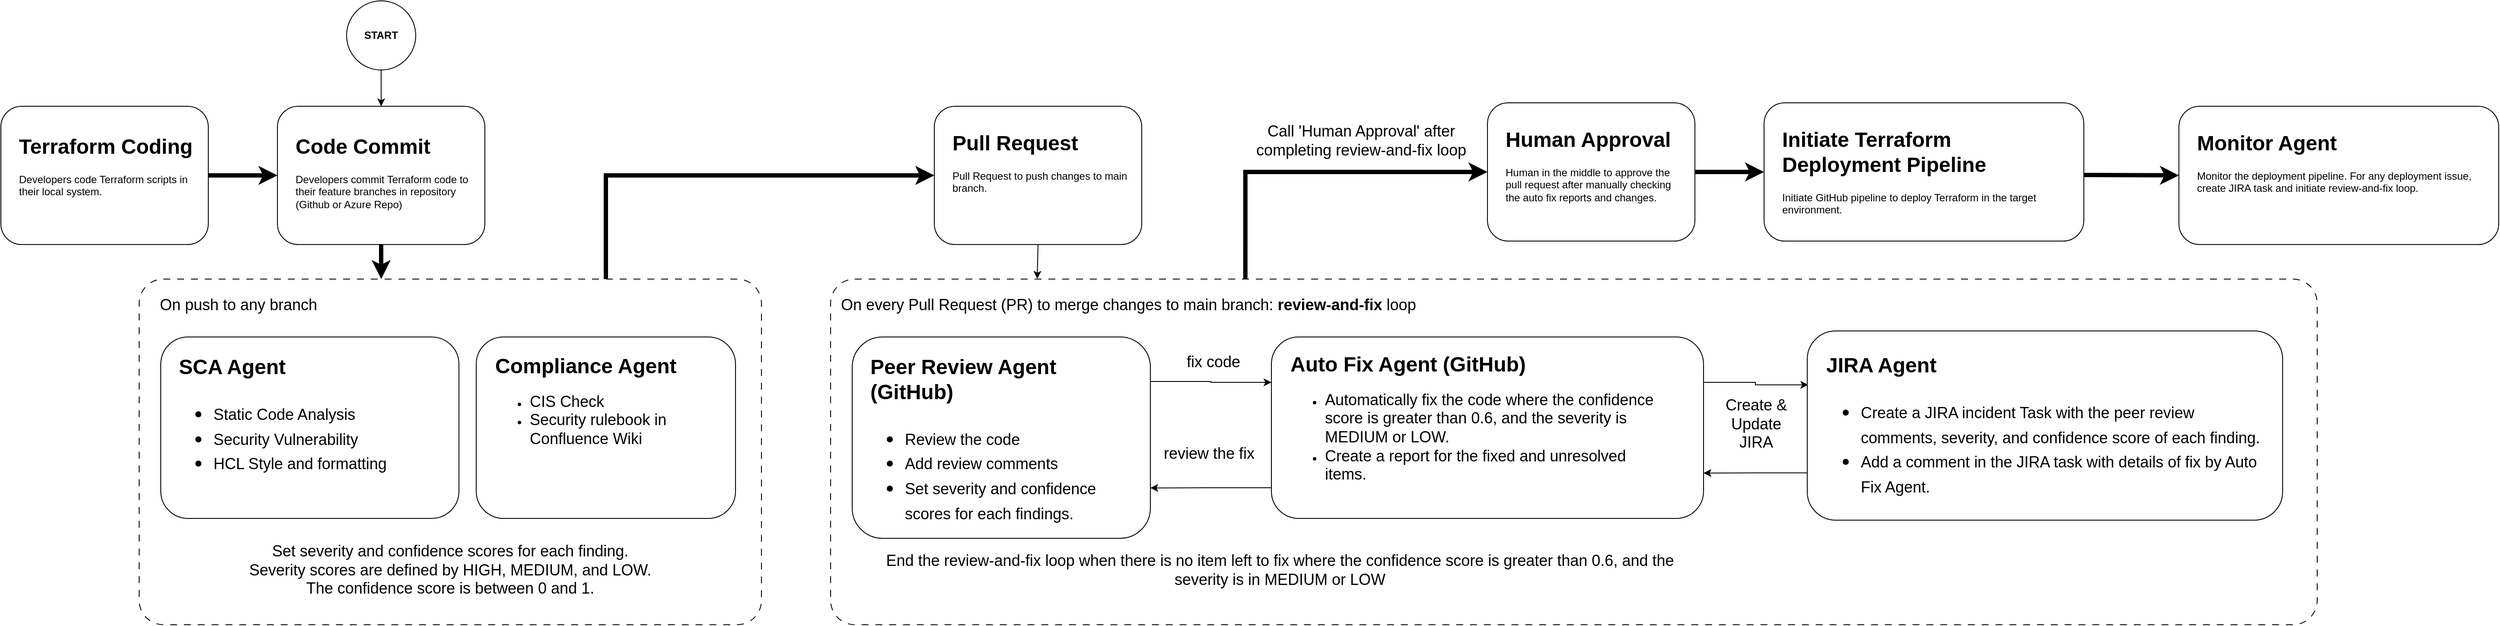
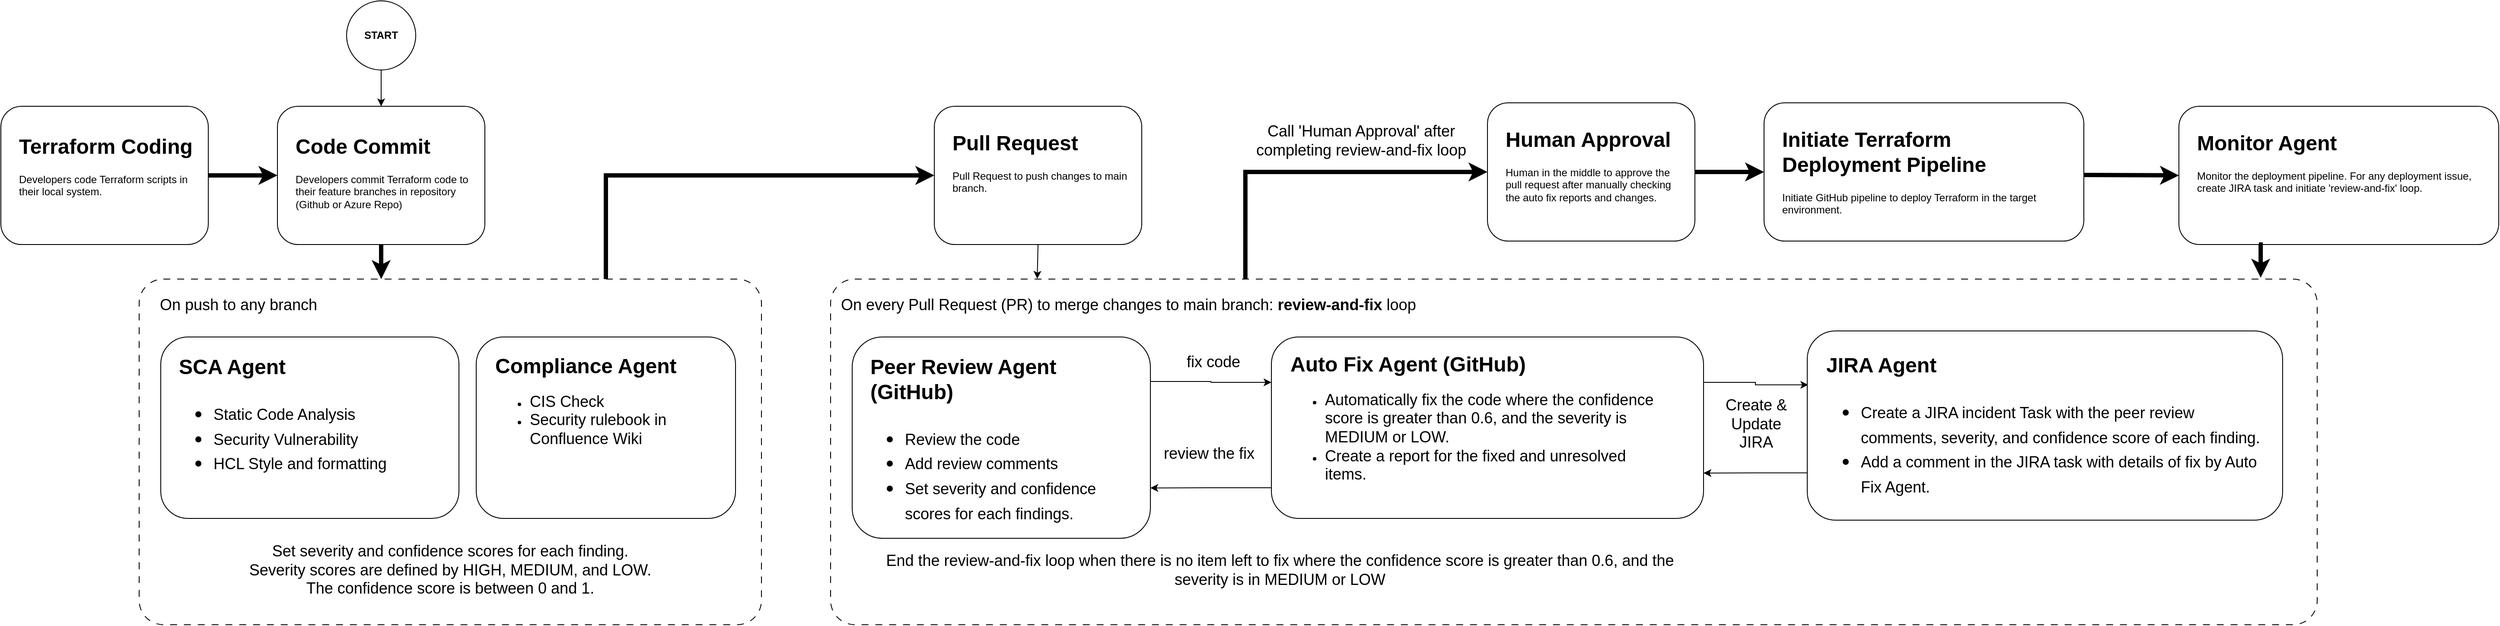
<mxfile host="app.diagrams.net">
  <diagram name="Page-1" id="llQ14HlxIDWXj9B5HY60">
    <mxGraphModel dx="1006" dy="638" grid="1" gridSize="10" guides="1" tooltips="1" connect="1" arrows="1" fold="1" page="1" pageScale="1" pageWidth="850" pageHeight="1100" math="0" shadow="0">
      <root>
        <mxCell id="0" />
        <mxCell id="1" parent="0" />
        <mxCell id="IWc9zJM8tDhvkjJ2dRjy-13" edge="1" parent="1" source="IWc9zJM8tDhvkjJ2dRjy-5" style="edgeStyle=orthogonalEdgeStyle;rounded=0;orthogonalLoop=1;jettySize=auto;html=1;entryX=0;entryY=0.5;entryDx=0;entryDy=0;exitX=0.75;exitY=0;exitDx=0;exitDy=0;strokeWidth=5;" target="IWc9zJM8tDhvkjJ2dRjy-1">
          <mxGeometry relative="1" as="geometry" />
        </mxCell>
        <mxCell id="oJW8UGhNAXkty13G2p3x-1" parent="1" style="rounded=1;whiteSpace=wrap;html=1;" value="" vertex="1">
          <mxGeometry height="160" width="240" x="440" y="200" as="geometry" />
        </mxCell>
        <mxCell id="oJW8UGhNAXkty13G2p3x-3" parent="1" style="text;html=1;whiteSpace=wrap;overflow=hidden;rounded=0;" value="&lt;h1 style=&quot;margin-top: 0px;&quot;&gt;Code Commit&lt;/h1&gt;&lt;p&gt;Developers commit Terraform code to their feature branches in repository (Github or Azure Repo)&lt;/p&gt;" vertex="1">
          <mxGeometry height="100" width="210" x="459" y="226" as="geometry" />
        </mxCell>
        <mxCell id="IWc9zJM8tDhvkjJ2dRjy-35" edge="1" parent="1" source="IWc9zJM8tDhvkjJ2dRjy-14" style="edgeStyle=orthogonalEdgeStyle;rounded=0;orthogonalLoop=1;jettySize=auto;html=1;entryX=0;entryY=0.5;entryDx=0;entryDy=0;exitX=0.279;exitY=0.025;exitDx=0;exitDy=0;exitPerimeter=0;strokeWidth=5;" target="IWc9zJM8tDhvkjJ2dRjy-33">
          <mxGeometry relative="1" as="geometry">
            <Array as="points">
              <mxPoint x="1560" y="276" />
            </Array>
          </mxGeometry>
        </mxCell>
        <mxCell id="IWc9zJM8tDhvkjJ2dRjy-1" parent="1" style="rounded=1;whiteSpace=wrap;html=1;" value="" vertex="1">
          <mxGeometry height="160" width="240" x="1200" y="200" as="geometry" />
        </mxCell>
        <mxCell id="IWc9zJM8tDhvkjJ2dRjy-2" parent="1" style="text;html=1;whiteSpace=wrap;overflow=hidden;rounded=0;" value="&lt;h1 style=&quot;margin-top: 0px;&quot;&gt;Pull Request&lt;/h1&gt;&lt;p&gt;Pull Request to push changes to main branch.&lt;/p&gt;" vertex="1">
          <mxGeometry height="100" width="210" x="1219" y="222" as="geometry" />
        </mxCell>
        <mxCell id="IWc9zJM8tDhvkjJ2dRjy-12" edge="1" parent="1" source="IWc9zJM8tDhvkjJ2dRjy-3" style="edgeStyle=orthogonalEdgeStyle;rounded=0;orthogonalLoop=1;jettySize=auto;html=1;exitX=1;exitY=0.5;exitDx=0;exitDy=0;entryX=0;entryY=0.5;entryDx=0;entryDy=0;strokeWidth=5;" target="oJW8UGhNAXkty13G2p3x-1">
          <mxGeometry relative="1" as="geometry" />
        </mxCell>
        <mxCell id="IWc9zJM8tDhvkjJ2dRjy-3" parent="1" style="rounded=1;whiteSpace=wrap;html=1;" value="" vertex="1">
          <mxGeometry height="160" width="240" x="120" y="200" as="geometry" />
        </mxCell>
        <mxCell id="IWc9zJM8tDhvkjJ2dRjy-4" parent="1" style="text;html=1;whiteSpace=wrap;overflow=hidden;rounded=0;" value="&lt;h1 style=&quot;margin-top: 0px;&quot;&gt;Terraform Coding&lt;/h1&gt;&lt;p&gt;Developers code Terraform scripts in their local system.&lt;/p&gt;" vertex="1">
          <mxGeometry height="100" width="210" x="139" y="226" as="geometry" />
        </mxCell>
        <mxCell id="IWc9zJM8tDhvkjJ2dRjy-5" parent="1" style="rounded=1;whiteSpace=wrap;html=1;arcSize=7;dashed=1;dashPattern=8 8;" value="" vertex="1">
          <mxGeometry height="400" width="720" x="280" y="400" as="geometry" />
        </mxCell>
        <mxCell id="IWc9zJM8tDhvkjJ2dRjy-6" parent="1" style="text;html=1;whiteSpace=wrap;strokeColor=none;fillColor=none;align=center;verticalAlign=middle;rounded=0;" value="&lt;font style=&quot;font-size: 18px;&quot;&gt;On push to any branch&lt;/font&gt;" vertex="1">
          <mxGeometry height="30" width="210" x="290" y="415" as="geometry" />
        </mxCell>
        <mxCell id="IWc9zJM8tDhvkjJ2dRjy-7" parent="1" style="rounded=1;whiteSpace=wrap;html=1;" value="" vertex="1">
          <mxGeometry height="210" width="345" x="305" y="467" as="geometry" />
        </mxCell>
        <mxCell id="IWc9zJM8tDhvkjJ2dRjy-8" parent="1" style="text;html=1;whiteSpace=wrap;overflow=hidden;rounded=0;" value="&lt;h1 style=&quot;margin-top: 0px;&quot;&gt;SCA Agent&lt;/h1&gt;&lt;h1 style=&quot;margin-top: 0px;&quot;&gt;&lt;p style=&quot;font-size: 12px; font-weight: 400;&quot;&gt;&lt;/p&gt;&lt;ul&gt;&lt;li&gt;&lt;span style=&quot;font-size: 18px; font-weight: normal;&quot;&gt;Static Code Analysis&lt;/span&gt;&lt;/li&gt;&lt;li&gt;&lt;span style=&quot;font-size: 18px; font-weight: normal;&quot;&gt;Security Vulnerability&lt;/span&gt;&lt;/li&gt;&lt;li&gt;&lt;span style=&quot;font-size: 18px; font-weight: normal;&quot;&gt;HCL Style and formatting&lt;/span&gt;&lt;/li&gt;&lt;/ul&gt;&lt;p&gt;&lt;/p&gt;&lt;/h1&gt;" vertex="1">
          <mxGeometry height="183" width="306" x="324" y="481" as="geometry" />
        </mxCell>
        <mxCell id="IWc9zJM8tDhvkjJ2dRjy-9" parent="1" style="rounded=1;whiteSpace=wrap;html=1;" value="" vertex="1">
          <mxGeometry height="210" width="300" x="670" y="467" as="geometry" />
        </mxCell>
        <mxCell id="IWc9zJM8tDhvkjJ2dRjy-10" parent="1" style="text;html=1;whiteSpace=wrap;overflow=hidden;rounded=0;" value="&lt;h1 style=&quot;margin-top: 0px;&quot;&gt;Compliance Agent&lt;/h1&gt;&lt;p&gt;&lt;/p&gt;&lt;ul&gt;&lt;li&gt;&lt;span style=&quot;font-size: 18px;&quot;&gt;CIS Check&lt;/span&gt;&lt;/li&gt;&lt;li&gt;&lt;span style=&quot;font-size: 18px;&quot;&gt;Security rulebook in Confluence Wiki&lt;/span&gt;&lt;/li&gt;&lt;/ul&gt;&lt;p&gt;&lt;/p&gt;" vertex="1">
          <mxGeometry height="180" width="269" x="690" y="480" as="geometry" />
        </mxCell>
        <mxCell id="IWc9zJM8tDhvkjJ2dRjy-11" edge="1" parent="1" source="oJW8UGhNAXkty13G2p3x-1" style="edgeStyle=orthogonalEdgeStyle;rounded=0;orthogonalLoop=1;jettySize=auto;html=1;exitX=0.5;exitY=1;exitDx=0;exitDy=0;entryX=0.389;entryY=0;entryDx=0;entryDy=0;entryPerimeter=0;strokeWidth=5;" target="IWc9zJM8tDhvkjJ2dRjy-5">
          <mxGeometry relative="1" as="geometry" />
        </mxCell>
        <mxCell id="IWc9zJM8tDhvkjJ2dRjy-14" parent="1" style="rounded=1;whiteSpace=wrap;html=1;arcSize=7;dashed=1;dashPattern=8 8;" value="" vertex="1">
          <mxGeometry height="400" width="1720" x="1080" y="400" as="geometry" />
        </mxCell>
        <mxCell id="IWc9zJM8tDhvkjJ2dRjy-15" parent="1" style="text;html=1;whiteSpace=wrap;strokeColor=none;fillColor=none;align=left;verticalAlign=middle;rounded=0;" value="&lt;font style=&quot;font-size: 18px;&quot;&gt;On every Pull Request (PR) to merge changes to main branch: &lt;b&gt;review-and-fix &lt;/b&gt;loop&lt;/font&gt;" vertex="1">
          <mxGeometry height="30" width="740" x="1090" y="415" as="geometry" />
        </mxCell>
        <mxCell id="IWc9zJM8tDhvkjJ2dRjy-22" edge="1" parent="1" source="IWc9zJM8tDhvkjJ2dRjy-16" style="edgeStyle=orthogonalEdgeStyle;rounded=0;orthogonalLoop=1;jettySize=auto;html=1;exitX=1;exitY=0.221;exitDx=0;exitDy=0;entryX=0;entryY=0.25;entryDx=0;entryDy=0;exitPerimeter=0;" target="IWc9zJM8tDhvkjJ2dRjy-18">
          <mxGeometry relative="1" as="geometry" />
        </mxCell>
        <mxCell id="IWc9zJM8tDhvkjJ2dRjy-16" parent="1" style="rounded=1;whiteSpace=wrap;html=1;" value="" vertex="1">
          <mxGeometry height="233" width="345" x="1105" y="467" as="geometry" />
        </mxCell>
        <mxCell id="IWc9zJM8tDhvkjJ2dRjy-17" parent="1" style="text;html=1;whiteSpace=wrap;overflow=hidden;rounded=0;" value="&lt;h1 style=&quot;margin-top: 0px;&quot;&gt;Peer Review Agent (GitHub)&lt;/h1&gt;&lt;h1 style=&quot;margin-top: 0px;&quot;&gt;&lt;p style=&quot;font-size: 12px; font-weight: 400;&quot;&gt;&lt;/p&gt;&lt;ul&gt;&lt;li&gt;&lt;span style=&quot;font-size: 18px; font-weight: 400;&quot;&gt;Review the code&lt;/span&gt;&lt;/li&gt;&lt;li&gt;&lt;span style=&quot;font-size: 18px; font-weight: 400;&quot;&gt;Add review comments&lt;/span&gt;&lt;/li&gt;&lt;li&gt;&lt;span style=&quot;font-size: 18px; font-weight: 400;&quot;&gt;Set severity and confidence scores for each findings.&lt;/span&gt;&lt;/li&gt;&lt;/ul&gt;&lt;p&gt;&lt;/p&gt;&lt;/h1&gt;" vertex="1">
          <mxGeometry height="209" width="306" x="1124" y="481" as="geometry" />
        </mxCell>
        <mxCell id="IWc9zJM8tDhvkjJ2dRjy-23" edge="1" parent="1" source="IWc9zJM8tDhvkjJ2dRjy-18" style="edgeStyle=orthogonalEdgeStyle;rounded=0;orthogonalLoop=1;jettySize=auto;html=1;exitX=0;exitY=0.831;exitDx=0;exitDy=0;entryX=1;entryY=0.75;entryDx=0;entryDy=0;exitPerimeter=0;" target="IWc9zJM8tDhvkjJ2dRjy-16">
          <mxGeometry relative="1" as="geometry" />
        </mxCell>
        <mxCell id="IWc9zJM8tDhvkjJ2dRjy-31" edge="1" parent="1" source="IWc9zJM8tDhvkjJ2dRjy-18" style="edgeStyle=orthogonalEdgeStyle;rounded=0;orthogonalLoop=1;jettySize=auto;html=1;exitX=1;exitY=0.25;exitDx=0;exitDy=0;entryX=0.002;entryY=0.285;entryDx=0;entryDy=0;entryPerimeter=0;" target="IWc9zJM8tDhvkjJ2dRjy-27">
          <mxGeometry relative="1" as="geometry" />
        </mxCell>
        <mxCell id="IWc9zJM8tDhvkjJ2dRjy-18" parent="1" style="rounded=1;whiteSpace=wrap;html=1;" value="" vertex="1">
          <mxGeometry height="210" width="500" x="1590" y="467" as="geometry" />
        </mxCell>
        <mxCell id="IWc9zJM8tDhvkjJ2dRjy-19" parent="1" style="text;html=1;whiteSpace=wrap;overflow=hidden;rounded=0;" value="&lt;h1 style=&quot;margin-top: 0px;&quot;&gt;Auto Fix Agent (GitHub)&lt;/h1&gt;&lt;p&gt;&lt;/p&gt;&lt;ul&gt;&lt;li&gt;&lt;span style=&quot;font-size: 18px;&quot;&gt;Automatically fix the code where the confidence score is greater than 0.6, and the severity is MEDIUM or LOW.&amp;nbsp;&lt;/span&gt;&lt;/li&gt;&lt;li&gt;&lt;span style=&quot;font-size: 18px;&quot;&gt;Create a report for the fixed and unresolved items.&lt;/span&gt;&lt;/li&gt;&lt;/ul&gt;&lt;p&gt;&lt;/p&gt;" vertex="1">
          <mxGeometry height="192" width="440" x="1610" y="478" as="geometry" />
        </mxCell>
        <mxCell id="IWc9zJM8tDhvkjJ2dRjy-20" parent="1" style="text;whiteSpace=wrap;fontSize=18;align=center;" value="Set severity and confidence scores for each finding.&#xa;Severity scores are defined by HIGH, MEDIUM, and LOW.&#xa;The confidence score is between 0 and 1." vertex="1">
          <mxGeometry height="77" width="640" x="320" y="698" as="geometry" />
        </mxCell>
        <mxCell id="IWc9zJM8tDhvkjJ2dRjy-21" edge="1" parent="1" source="IWc9zJM8tDhvkjJ2dRjy-1" style="edgeStyle=orthogonalEdgeStyle;rounded=0;orthogonalLoop=1;jettySize=auto;html=1;exitX=0.5;exitY=1;exitDx=0;exitDy=0;entryX=0.139;entryY=-0.001;entryDx=0;entryDy=0;entryPerimeter=0;" target="IWc9zJM8tDhvkjJ2dRjy-14">
          <mxGeometry relative="1" as="geometry" />
        </mxCell>
        <mxCell id="IWc9zJM8tDhvkjJ2dRjy-24" parent="1" style="text;html=1;whiteSpace=wrap;strokeColor=none;fillColor=none;align=center;verticalAlign=middle;rounded=0;" value="&lt;font style=&quot;font-size: 18px;&quot;&gt;fix code&lt;/font&gt;" vertex="1">
          <mxGeometry height="30" width="82" x="1482" y="481" as="geometry" />
        </mxCell>
        <mxCell id="IWc9zJM8tDhvkjJ2dRjy-25" parent="1" style="text;html=1;whiteSpace=wrap;strokeColor=none;fillColor=none;align=center;verticalAlign=middle;rounded=0;" value="&lt;font style=&quot;font-size: 18px;&quot;&gt;review the fix&lt;/font&gt;" vertex="1">
          <mxGeometry height="30" width="120" x="1458" y="587" as="geometry" />
        </mxCell>
        <mxCell id="IWc9zJM8tDhvkjJ2dRjy-26" parent="1" style="text;html=1;whiteSpace=wrap;strokeColor=none;fillColor=none;align=center;verticalAlign=middle;rounded=0;" value="&lt;font style=&quot;font-size: 18px;&quot;&gt;End the review-and-fix loop when there is no item left to fix where the confidence score is greater than 0.6, and the severity is in MEDIUM or LOW&lt;/font&gt;" vertex="1">
          <mxGeometry height="50" width="980" x="1110" y="711.5" as="geometry" />
        </mxCell>
        <mxCell id="IWc9zJM8tDhvkjJ2dRjy-30" edge="1" parent="1" source="IWc9zJM8tDhvkjJ2dRjy-27" style="edgeStyle=orthogonalEdgeStyle;rounded=0;orthogonalLoop=1;jettySize=auto;html=1;exitX=0;exitY=0.75;exitDx=0;exitDy=0;entryX=1;entryY=0.75;entryDx=0;entryDy=0;" target="IWc9zJM8tDhvkjJ2dRjy-18">
          <mxGeometry relative="1" as="geometry" />
        </mxCell>
        <mxCell id="IWc9zJM8tDhvkjJ2dRjy-27" parent="1" style="rounded=1;whiteSpace=wrap;html=1;" value="" vertex="1">
          <mxGeometry height="219" width="550" x="2210" y="460" as="geometry" />
        </mxCell>
        <mxCell id="IWc9zJM8tDhvkjJ2dRjy-28" parent="1" style="text;html=1;whiteSpace=wrap;overflow=hidden;rounded=0;" value="&lt;h1 style=&quot;margin-top: 0px;&quot;&gt;JIRA Agent&lt;/h1&gt;&lt;h1 style=&quot;margin-top: 0px;&quot;&gt;&lt;p style=&quot;font-size: 12px; font-weight: 400;&quot;&gt;&lt;/p&gt;&lt;ul&gt;&lt;li&gt;&lt;span style=&quot;font-size: 18px; font-weight: 400;&quot;&gt;Create a JIRA incident Task with the peer review comments, severity, and confidence score of each finding.&lt;/span&gt;&lt;/li&gt;&lt;li&gt;&lt;span style=&quot;font-size: 18px; font-weight: 400;&quot;&gt;Add a comment in the JIRA task with details of fix by Auto Fix Agent.&lt;/span&gt;&lt;/li&gt;&lt;/ul&gt;&lt;p&gt;&lt;/p&gt;&lt;/h1&gt;" vertex="1">
          <mxGeometry height="191" width="510" x="2230" y="479" as="geometry" />
        </mxCell>
        <mxCell id="IWc9zJM8tDhvkjJ2dRjy-32" parent="1" style="text;html=1;whiteSpace=wrap;strokeColor=none;fillColor=none;align=center;verticalAlign=middle;rounded=0;" value="&lt;font style=&quot;font-size: 18px;&quot;&gt;Create &amp;amp; Update JIRA&lt;/font&gt;" vertex="1">
          <mxGeometry height="57.5" width="102" x="2100" y="539" as="geometry" />
        </mxCell>
        <mxCell id="IWc9zJM8tDhvkjJ2dRjy-39" edge="1" parent="1" source="IWc9zJM8tDhvkjJ2dRjy-33" style="edgeStyle=orthogonalEdgeStyle;rounded=0;orthogonalLoop=1;jettySize=auto;html=1;exitX=1;exitY=0.5;exitDx=0;exitDy=0;entryX=0;entryY=0.5;entryDx=0;entryDy=0;strokeWidth=5;" target="IWc9zJM8tDhvkjJ2dRjy-37">
          <mxGeometry relative="1" as="geometry" />
        </mxCell>
        <mxCell id="IWc9zJM8tDhvkjJ2dRjy-33" parent="1" style="rounded=1;whiteSpace=wrap;html=1;" value="" vertex="1">
          <mxGeometry height="160" width="240" x="1840" y="196" as="geometry" />
        </mxCell>
        <mxCell id="IWc9zJM8tDhvkjJ2dRjy-34" parent="1" style="text;html=1;whiteSpace=wrap;overflow=hidden;rounded=0;" value="&lt;h1 style=&quot;margin-top: 0px;&quot;&gt;Human Approval&lt;/h1&gt;&lt;p&gt;Human in the middle to approve the pull request after manually checking the auto fix reports and changes.&amp;nbsp;&lt;/p&gt;" vertex="1">
          <mxGeometry height="100" width="210" x="1859" y="218" as="geometry" />
        </mxCell>
        <mxCell id="IWc9zJM8tDhvkjJ2dRjy-36" parent="1" style="text;html=1;whiteSpace=wrap;strokeColor=none;fillColor=none;align=center;verticalAlign=middle;rounded=0;" value="&lt;font style=&quot;font-size: 18px;&quot;&gt;Call &#39;Human Approval&#39; after completing review-and-fix loop&lt;/font&gt;" vertex="1">
          <mxGeometry height="60" width="248" x="1570" y="210" as="geometry" />
        </mxCell>
        <mxCell id="IWc9zJM8tDhvkjJ2dRjy-37" parent="1" style="rounded=1;whiteSpace=wrap;html=1;" value="" vertex="1">
          <mxGeometry height="160" width="370" x="2160" y="196" as="geometry" />
        </mxCell>
        <mxCell id="IWc9zJM8tDhvkjJ2dRjy-38" parent="1" style="text;html=1;whiteSpace=wrap;overflow=hidden;rounded=0;" value="&lt;h1 style=&quot;margin-top: 0px;&quot;&gt;Initiate Terraform Deployment Pipeline&lt;/h1&gt;&lt;p&gt;Initiate GitHub pipeline to deploy Terraform in the target environment.&amp;nbsp;&amp;nbsp;&lt;/p&gt;" vertex="1">
          <mxGeometry height="112" width="341" x="2179" y="218" as="geometry" />
        </mxCell>
        <mxCell id="IWc9zJM8tDhvkjJ2dRjy-41" edge="1" parent="1" source="IWc9zJM8tDhvkjJ2dRjy-40" style="edgeStyle=orthogonalEdgeStyle;rounded=0;orthogonalLoop=1;jettySize=auto;html=1;exitX=0.5;exitY=1;exitDx=0;exitDy=0;entryX=0.5;entryY=0;entryDx=0;entryDy=0;" target="oJW8UGhNAXkty13G2p3x-1">
          <mxGeometry relative="1" as="geometry" />
        </mxCell>
        <mxCell id="IWc9zJM8tDhvkjJ2dRjy-40" parent="1" style="ellipse;whiteSpace=wrap;html=1;aspect=fixed;fontStyle=1" value="START" vertex="1">
          <mxGeometry height="80" width="80" x="520" y="78" as="geometry" />
        </mxCell>
        <mxCell id="IWc9zJM8tDhvkjJ2dRjy-42" parent="1" style="rounded=1;whiteSpace=wrap;html=1;" value="" vertex="1">
          <mxGeometry height="160" width="370" x="2640" y="200" as="geometry" />
        </mxCell>
-         <mxCell id="IWc9zJM8tDhvkjJ2dRjy-43" parent="1" style="text;html=1;whiteSpace=wrap;overflow=hidden;rounded=0;" value="&lt;h1 style=&quot;margin-top: 0px;&quot;&gt;Monitor Agent&lt;/h1&gt;&lt;p&gt;Monitor the deployment pipeline.&amp;nbsp;&lt;span style=&quot;background-color: transparent; color: light-dark(rgb(0, 0, 0), rgb(255, 255, 255));&quot;&gt;F&lt;/span&gt;&lt;span style=&quot;background-color: transparent; color: light-dark(rgb(0, 0, 0), rgb(255, 255, 255));&quot;&gt;or any deployment issue, create JIRA task and initiate review-and-fix loop.&lt;/span&gt;&lt;/p&gt;" vertex="1">
+         <mxCell id="IWc9zJM8tDhvkjJ2dRjy-43" parent="1" style="text;html=1;whiteSpace=wrap;overflow=hidden;rounded=0;" value="&lt;h1 style=&quot;margin-top: 0px;&quot;&gt;Monitor Agent&lt;/h1&gt;&lt;p&gt;Monitor the deployment pipeline.&amp;nbsp;&lt;span style=&quot;background-color: transparent; color: light-dark(rgb(0, 0, 0), rgb(255, 255, 255));&quot;&gt;F&lt;/span&gt;&lt;span style=&quot;background-color: transparent; color: light-dark(rgb(0, 0, 0), rgb(255, 255, 255));&quot;&gt;or any deployment issue, create JIRA task and initiate &#39;review-and-fix&#39; loop.&lt;/span&gt;&lt;/p&gt;" vertex="1">
          <mxGeometry height="112" width="341" x="2659" y="222" as="geometry" />
        </mxCell>
        <mxCell id="IWc9zJM8tDhvkjJ2dRjy-44" edge="1" parent="1" style="edgeStyle=orthogonalEdgeStyle;rounded=0;orthogonalLoop=1;jettySize=auto;html=1;exitX=1;exitY=0.5;exitDx=0;exitDy=0;entryX=0;entryY=0.5;entryDx=0;entryDy=0;strokeWidth=5;" target="IWc9zJM8tDhvkjJ2dRjy-42">
          <mxGeometry relative="1" as="geometry">
            <mxPoint x="2530" y="279.5" as="sourcePoint" />
            <mxPoint x="2610" y="279.5" as="targetPoint" />
          </mxGeometry>
        </mxCell>
+         <mxCell id="IWc9zJM8tDhvkjJ2dRjy-45" edge="1" parent="1" source="IWc9zJM8tDhvkjJ2dRjy-42" style="edgeStyle=orthogonalEdgeStyle;rounded=0;orthogonalLoop=1;jettySize=auto;html=1;exitX=0.25;exitY=1;exitDx=0;exitDy=0;entryX=0.962;entryY=-0.004;entryDx=0;entryDy=0;entryPerimeter=0;strokeWidth=5;" target="IWc9zJM8tDhvkjJ2dRjy-14">
+           <mxGeometry relative="1" as="geometry" />
+         </mxCell>
      </root>
    </mxGraphModel>
  </diagram>
</mxfile>
